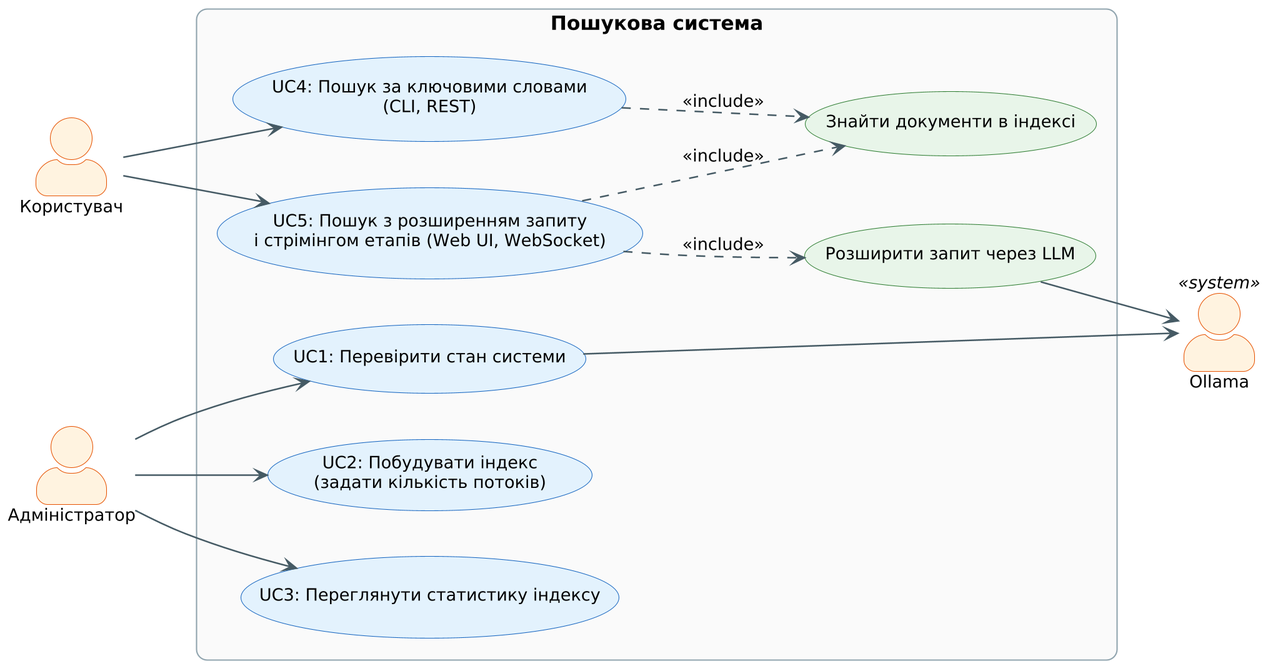
Above: docs/uml/use_case.png in vlb103/parallel-search-engine (PlantUML), before the change. Its diagram source:
```plantuml
@startuml use_case
left to right direction
!include style.iuml
skinparam actorStyle awesome

actor "Користувач" as User
actor "Адміністратор" as Admin
actor "Ollama" as Ollama <<system>>

rectangle "Пошукова система" {
  usecase "UC1: Перевірити стан системи" as UC1
  usecase "UC2: Побудувати індекс\n(задати кількість потоків)" as UC2
  usecase "UC3: Переглянути статистику індексу" as UC3
  usecase "UC4: Пошук за ключовими словами\n(CLI, REST)" as UC4
  usecase "UC5: Пошук з розширенням запиту\nі стрімінгом етапів (Web UI, WebSocket)" as UC5
  usecase "Розширити запит через LLM" as Expand #E8F5E9;line:2E7D32
  usecase "Знайти документи в індексі" as Find #E8F5E9;line:2E7D32
}

Admin --> UC1
Admin --> UC2
Admin --> UC3
User --> UC4
User --> UC5
UC4 ..> Find : <<include>>
UC5 ..> Expand : <<include>>
UC5 ..> Find : <<include>>
UC1 --> Ollama
Expand --> Ollama
@enduml
```
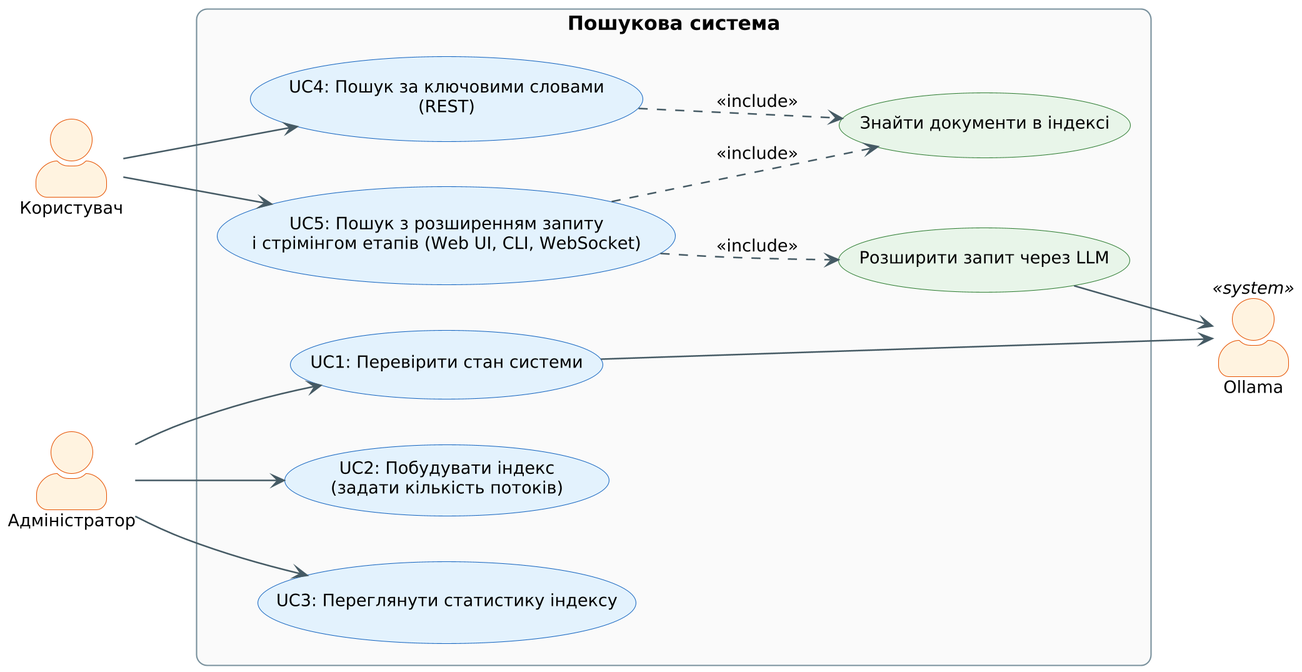
Above is the later version.

Commit message:
docs(uml): show cli in websocket pipeline

Diff of the diagram source:
```diff
@@ -11,8 +11,8 @@
   usecase "UC1: Перевірити стан системи" as UC1
   usecase "UC2: Побудувати індекс\n(задати кількість потоків)" as UC2
   usecase "UC3: Переглянути статистику індексу" as UC3
-  usecase "UC4: Пошук за ключовими словами\n(CLI, REST)" as UC4
-  usecase "UC5: Пошук з розширенням запиту\nі стрімінгом етапів (Web UI, WebSocket)" as UC5
+  usecase "UC4: Пошук за ключовими словами\n(REST)" as UC4
+  usecase "UC5: Пошук з розширенням запиту\nі стрімінгом етапів (Web UI, CLI, WebSocket)" as UC5
   usecase "Розширити запит через LLM" as Expand #E8F5E9;line:2E7D32
   usecase "Знайти документи в індексі" as Find #E8F5E9;line:2E7D32
 }
```
